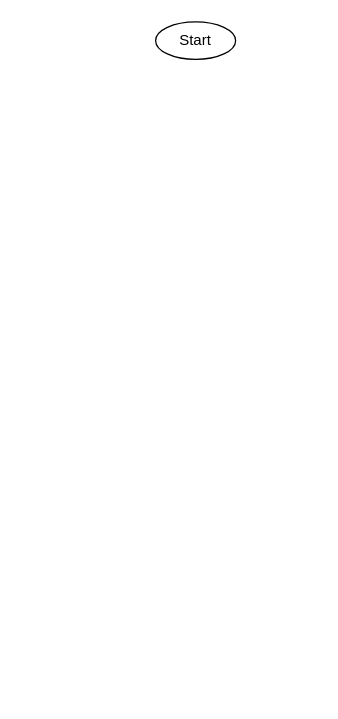
Above: lab5/docs/lagrange.drawio in Romariok/Computational-mathematics (draw.io), before the change. Source tidied: cells renumbered, new cells numbered last; positions are measured from the earlier drawing's top-left corner, leaving out a move shared by most shapes. Both pictures are drawn from the tidied source at 125%, with x=0, y=0 at pixel (155, 21).
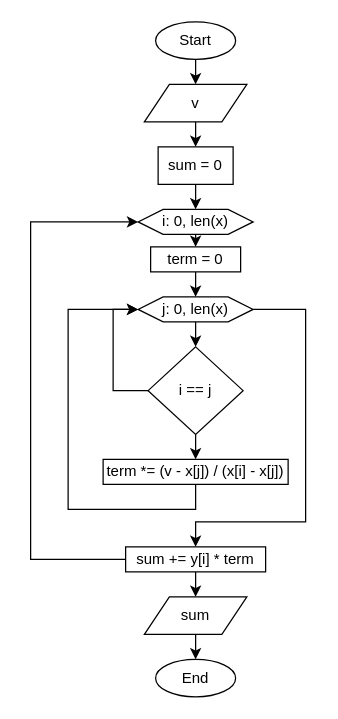
Above is the later version.

Unchanged cells that the change refers to:
```xml
<mxCell id="2" value="Start" style="ellipse;whiteSpace=wrap;html=1;" parent="1" vertex="1">
  <mxGeometry width="64" height="30" as="geometry" />
</mxCell>
```

Change to the diagram source:
```diff
@@
+    <mxCell id="3" style="edgeStyle=orthogonalEdgeStyle;rounded=0;jettySize=auto;html=1;exitX=0.5;exitY=1;exitDx=0;exitDy=0;entryX=0.5;entryY=0;entryDx=0;entryDy=0;" parent="1" edge="1" source="2" target="19">
+      <mxGeometry relative="1" as="geometry" />
+    </mxCell>
@@
+    <mxCell id="4" style="edgeStyle=orthogonalEdgeStyle;rounded=0;jettySize=auto;html=1;exitX=0.5;exitY=1;exitDx=0;exitDy=0;entryX=0.5;entryY=0;entryDx=0;entryDy=0;" parent="1" edge="1" source="5" target="7">
+      <mxGeometry relative="1" as="geometry" />
+    </mxCell>
+    <mxCell id="5" value="sum = 0" style="rounded=0;whiteSpace=wrap;html=1;" parent="1" vertex="1">
+      <mxGeometry x="2" y="100" width="60" height="30" as="geometry" />
+    </mxCell>
+    <mxCell id="6" style="edgeStyle=orthogonalEdgeStyle;rounded=0;jettySize=auto;html=1;exitX=0.5;exitY=1;exitDx=0;exitDy=0;entryX=0.5;entryY=0;entryDx=0;entryDy=0;" parent="1" edge="1" source="7" target="9">
+      <mxGeometry relative="1" as="geometry" />
+    </mxCell>
+    <mxCell id="7" value="i: 0, len(x)" style="shape=hexagon;perimeter=hexagonPerimeter2;whiteSpace=wrap;html=1;fixedSize=1;" parent="1" vertex="1">
+      <mxGeometry x="-14" y="150" width="92" height="20" as="geometry" />
+    </mxCell>
+    <mxCell id="8" style="edgeStyle=orthogonalEdgeStyle;rounded=0;jettySize=auto;html=1;exitX=0.5;exitY=1;exitDx=0;exitDy=0;entryX=0.5;entryY=0;entryDx=0;entryDy=0;" parent="1" edge="1" source="9" target="12">
+      <mxGeometry relative="1" as="geometry" />
+    </mxCell>
+    <mxCell id="9" value="term = 0" style="rounded=0;whiteSpace=wrap;html=1;" parent="1" vertex="1">
+      <mxGeometry x="-4" y="180" width="72" height="20" as="geometry" />
+    </mxCell>
+    <mxCell id="10" style="edgeStyle=orthogonalEdgeStyle;rounded=0;jettySize=auto;html=1;exitX=0.5;exitY=1;exitDx=0;exitDy=0;entryX=0.5;entryY=0;entryDx=0;entryDy=0;" parent="1" edge="1" source="12" target="15">
+      <mxGeometry relative="1" as="geometry" />
+    </mxCell>
+    <mxCell id="11" style="edgeStyle=orthogonalEdgeStyle;rounded=0;jettySize=auto;html=1;exitX=1;exitY=0.5;exitDx=0;exitDy=0;entryX=0.5;entryY=0;entryDx=0;entryDy=0;" parent="1" edge="1" source="12" target="22">
+      <mxGeometry relative="1" as="geometry">
+        <Array as="points">
+          <mxPoint x="120" y="230" />
+          <mxPoint x="120" y="400" />
+          <mxPoint x="32" y="400" />
+        </Array>
+      </mxGeometry>
+    </mxCell>
+    <mxCell id="12" value="j: 0, len(x)" style="shape=hexagon;perimeter=hexagonPerimeter2;whiteSpace=wrap;html=1;fixedSize=1;" parent="1" vertex="1">
+      <mxGeometry x="-14" y="220" width="92" height="20" as="geometry" />
+    </mxCell>
+    <mxCell id="13" style="edgeStyle=orthogonalEdgeStyle;rounded=0;jettySize=auto;html=1;exitX=0;exitY=0.5;exitDx=0;exitDy=0;entryX=0;entryY=0.5;entryDx=0;entryDy=0;" parent="1" edge="1" source="15" target="12">
+      <mxGeometry relative="1" as="geometry" />
+    </mxCell>
+    <mxCell id="14" style="edgeStyle=orthogonalEdgeStyle;rounded=0;jettySize=auto;html=1;exitX=0.5;exitY=1;exitDx=0;exitDy=0;entryX=0.5;entryY=0;entryDx=0;entryDy=0;" parent="1" edge="1" source="15" target="17">
+      <mxGeometry relative="1" as="geometry" />
+    </mxCell>
+    <mxCell id="15" value="i == j" style="rhombus;whiteSpace=wrap;html=1;" parent="1" vertex="1">
+      <mxGeometry x="-6" y="260" width="76" height="70" as="geometry" />
+    </mxCell>
+    <mxCell id="16" style="edgeStyle=orthogonalEdgeStyle;rounded=0;jettySize=auto;html=1;exitX=0.5;exitY=1;exitDx=0;exitDy=0;entryX=0;entryY=0.5;entryDx=0;entryDy=0;" parent="1" edge="1" source="17" target="12">
+      <mxGeometry relative="1" as="geometry">
+        <Array as="points">
+          <mxPoint x="32" y="390" />
+          <mxPoint x="-70" y="390" />
+          <mxPoint x="-70" y="230" />
+        </Array>
+      </mxGeometry>
+    </mxCell>
+    <mxCell id="17" value="term *= (v - x[j]) / (x[i] - x[j])" style="rounded=0;whiteSpace=wrap;html=1;" parent="1" vertex="1">
+      <mxGeometry x="-42" y="350" width="148" height="20" as="geometry" />
+    </mxCell>
+    <mxCell id="18" style="edgeStyle=orthogonalEdgeStyle;rounded=0;jettySize=auto;html=1;exitX=0.5;exitY=1;exitDx=0;exitDy=0;entryX=0.5;entryY=0;entryDx=0;entryDy=0;" parent="1" edge="1" source="19" target="5">
+      <mxGeometry relative="1" as="geometry" />
+    </mxCell>
+    <mxCell id="19" value="v" style="shape=parallelogram;perimeter=parallelogramPerimeter;whiteSpace=wrap;html=1;fixedSize=1;" parent="1" vertex="1">
+      <mxGeometry x="-9" y="50" width="82" height="30" as="geometry" />
+    </mxCell>
+    <mxCell id="20" style="edgeStyle=orthogonalEdgeStyle;rounded=0;jettySize=auto;html=1;exitX=0;exitY=0.5;exitDx=0;exitDy=0;entryX=0;entryY=0.5;entryDx=0;entryDy=0;" parent="1" edge="1" source="22" target="7">
+      <mxGeometry relative="1" as="geometry">
+        <Array as="points">
+          <mxPoint x="-100" y="430" />
+          <mxPoint x="-100" y="160" />
+        </Array>
+      </mxGeometry>
+    </mxCell>
+    <mxCell id="21" style="edgeStyle=orthogonalEdgeStyle;rounded=0;jettySize=auto;html=1;exitX=0.5;exitY=1;exitDx=0;exitDy=0;entryX=0.5;entryY=0;entryDx=0;entryDy=0;" parent="1" edge="1" source="22" target="25">
+      <mxGeometry relative="1" as="geometry" />
+    </mxCell>
+    <mxCell id="22" value="sum += y[i] * term" style="rounded=0;whiteSpace=wrap;html=1;" parent="1" vertex="1">
+      <mxGeometry x="-24" y="420" width="112" height="20" as="geometry" />
+    </mxCell>
+    <mxCell id="23" value="End" style="ellipse;whiteSpace=wrap;html=1;" parent="1" vertex="1">
+      <mxGeometry y="510" width="64" height="30" as="geometry" />
+    </mxCell>
+    <mxCell id="24" style="edgeStyle=orthogonalEdgeStyle;rounded=0;jettySize=auto;html=1;exitX=0.5;exitY=1;exitDx=0;exitDy=0;entryX=0.5;entryY=0;entryDx=0;entryDy=0;" parent="1" edge="1" source="25" target="23">
+      <mxGeometry relative="1" as="geometry" />
+    </mxCell>
+    <mxCell id="25" value="sum" style="shape=parallelogram;perimeter=parallelogramPerimeter;whiteSpace=wrap;html=1;fixedSize=1;" parent="1" vertex="1">
+      <mxGeometry x="-9" y="460" width="82" height="30" as="geometry" />
+    </mxCell>
```
